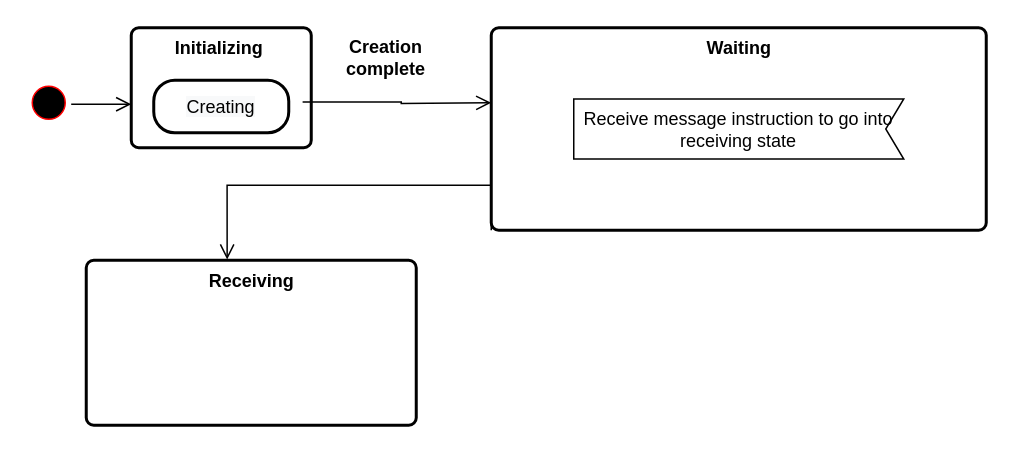
The draw.io diagram PSO-Particle-Sate-Diagram.drawio in vanelopethecoder/som-basic, before the edit. Source tidied: cells renumbered, new cells numbered last; positions are measured from the earlier drawing's top-left corner, leaving out a move shared by most shapes. Both pictures are drawn from the tidied source at 150%, with x=0, y=0 at pixel (26, 27).
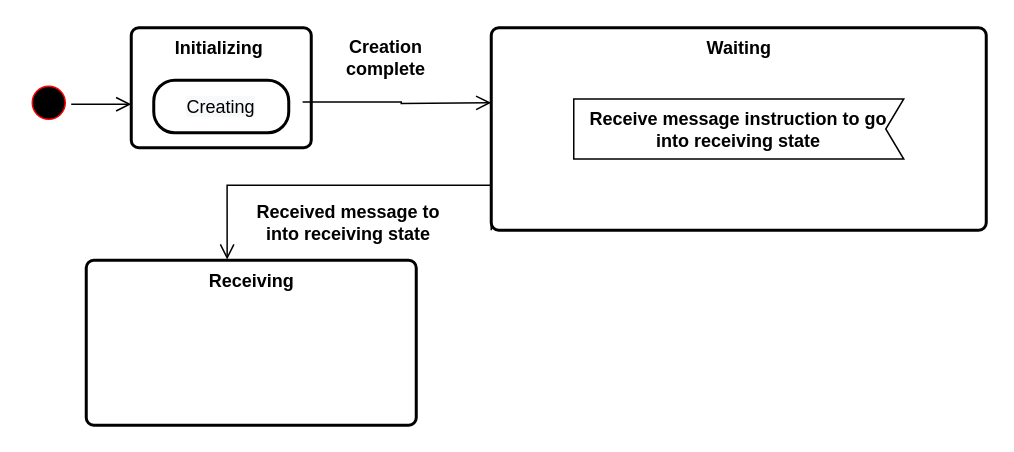
The same page after the edit.

The edit, as a diff of the source:
```diff
@@
 <mxGraphModel>
   <root>
     <mxCell id="0" />
     <mxCell id="1" parent="0" />
     <mxCell id="2" value="&lt;b&gt;Initializing&amp;nbsp;&lt;/b&gt;" style="html=1;align=center;verticalAlign=top;rounded=1;absoluteArcSize=1;arcSize=10;dashed=0;labelBackgroundColor=default;fontColor=#000000;strokeColor=#000000;fillColor=#FFFFFF;strokeWidth=2;" parent="1" vertex="1">
       <mxGeometry x="70" width="120" height="80" as="geometry" />
     </mxCell>
     <mxCell id="3" value="&lt;b&gt;Waiting&lt;/b&gt;" style="html=1;align=center;verticalAlign=top;rounded=1;absoluteArcSize=1;arcSize=10;dashed=0;labelBackgroundColor=default;fontColor=#000000;strokeColor=#000000;fillColor=#FFFFFF;strokeWidth=2;" parent="1" vertex="1">
       <mxGeometry x="310" width="330" height="135" as="geometry" />
     </mxCell>
     <mxCell id="4" style="ellipse;html=1;shape=startState;fillColor=#000000;strokeColor=#ff0000;" parent="1" vertex="1">
       <mxGeometry y="35" width="30" height="30" as="geometry" />
     </mxCell>
     <mxCell id="5" style="edgeStyle=orthogonalEdgeStyle;html=1;verticalAlign=bottom;endArrow=open;endSize=8;strokeColor=#000000;rounded=0;" parent="1" edge="1" source="4">
       <mxGeometry relative="1" as="geometry">
         <mxPoint x="70" y="51" as="targetPoint" />
         <Array as="points">
           <mxPoint x="70" y="51" />
           <mxPoint x="70" y="51" />
         </Array>
       </mxGeometry>
     </mxCell>
     <mxCell id="6" style="edgeStyle=orthogonalEdgeStyle;html=1;verticalAlign=bottom;endArrow=open;endSize=8;strokeColor=#000000;rounded=0;exitX=0.952;exitY=0.619;exitDx=0;exitDy=0;exitPerimeter=0;" parent="1" edge="1" source="2">
       <mxGeometry relative="1" as="geometry">
         <mxPoint x="310" y="50" as="targetPoint" />
       </mxGeometry>
     </mxCell>
     <mxCell id="7" value="&lt;span style=&quot;background-color: rgb(248 , 249 , 250)&quot;&gt;Creating&lt;/span&gt;" style="rounded=1;whiteSpace=wrap;html=1;arcSize=40;fontColor=#000000;fillColor=#FFFFFF;strokeColor=#000000;labelBackgroundColor=default;strokeWidth=2;" parent="1" vertex="1">
       <mxGeometry x="85" y="35" width="90" height="35" as="geometry" />
     </mxCell>
     <mxCell id="8" value="&lt;b&gt;Creation complete&lt;/b&gt;" style="text;html=1;strokeColor=none;fillColor=none;align=center;verticalAlign=middle;whiteSpace=wrap;rounded=0;labelBackgroundColor=default;fontColor=#000000;" parent="1" vertex="1">
       <mxGeometry x="210" y="5" width="60" height="30" as="geometry" />
     </mxCell>
     <mxCell id="9" value="&lt;b&gt;Receiving&lt;/b&gt;" style="html=1;align=center;verticalAlign=top;rounded=1;absoluteArcSize=1;arcSize=10;dashed=0;labelBackgroundColor=default;fontColor=#000000;strokeColor=#000000;fillColor=#FFFFFF;strokeWidth=2;" parent="1" vertex="1">
       <mxGeometry x="40" y="155" width="220" height="110" as="geometry" />
     </mxCell>
-    <mxCell id="10" value="Receive message instruction to go into receiving state" style="shape=mxgraph.sysml.accEvent;flipH=1;whiteSpace=wrap;align=center;" parent="1" vertex="1">
+    <mxCell id="10" value="Receive message instruction to go into receiving state" style="shape=mxgraph.sysml.accEvent;flipH=1;whiteSpace=wrap;align=center;fontStyle=1;" parent="1" vertex="1">
       <mxGeometry x="365" y="47.5" width="220" height="40" as="geometry" />
     </mxCell>
     <mxCell id="11" style="edgeStyle=orthogonalEdgeStyle;html=1;verticalAlign=bottom;endArrow=open;endSize=8;strokeColor=#000000;rounded=0;entryX=0.427;entryY=-0.004;entryDx=0;entryDy=0;entryPerimeter=0;" parent="1" edge="1" target="9">
       <mxGeometry relative="1" as="geometry">
         <mxPoint x="310" y="105" as="sourcePoint" />
         <Array as="points">
           <mxPoint x="310" y="135" />
           <mxPoint x="310" y="105" />
           <mxPoint x="134" y="105" />
         </Array>
       </mxGeometry>
     </mxCell>
+    <mxCell id="12" value="&lt;b&gt;Received message to into receiving state&lt;/b&gt;" style="text;html=1;strokeColor=none;fillColor=none;align=center;verticalAlign=middle;whiteSpace=wrap;rounded=0;labelBackgroundColor=default;fontColor=#000000;" parent="1" vertex="1">
+      <mxGeometry x="150" y="115" width="130" height="30" as="geometry" />
+    </mxCell>
   </root>
 </mxGraphModel>
```
